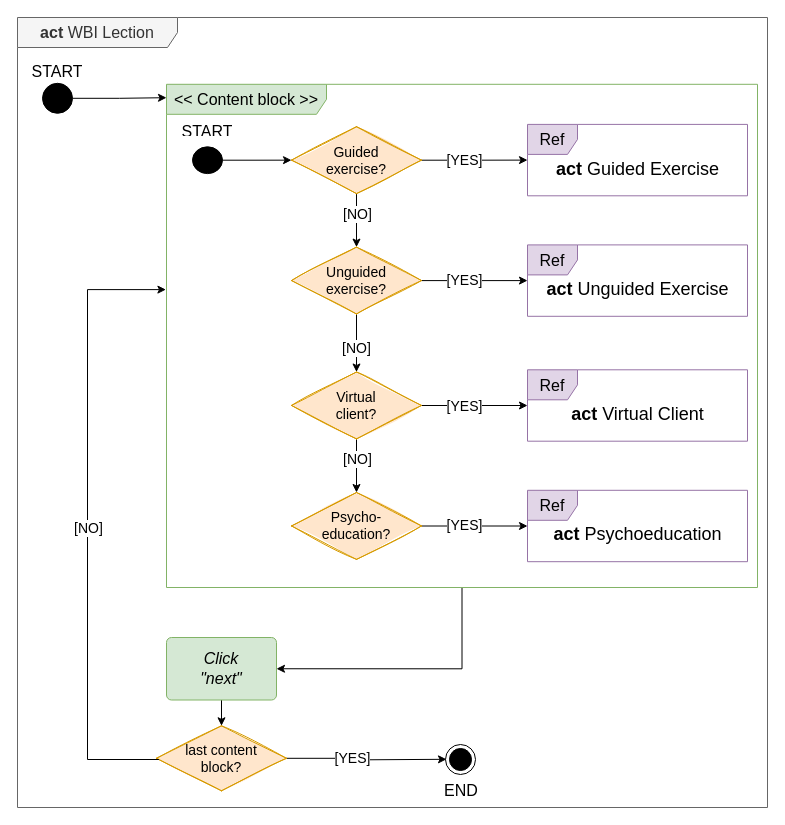
Before: page "act_Lection" (3 of 8) of _diagrams/mtDiagrams.drawio in peterfromberger/mtLancetSupplementNEW, a draw.io diagram. Source tidied: cells renumbered, new cells numbered last; positions are measured from the earlier drawing's top-left corner, leaving out a move shared by most shapes. Both pictures are drawn from the tidied source at 100%, with x=0, y=0 at pixel (17, 17).
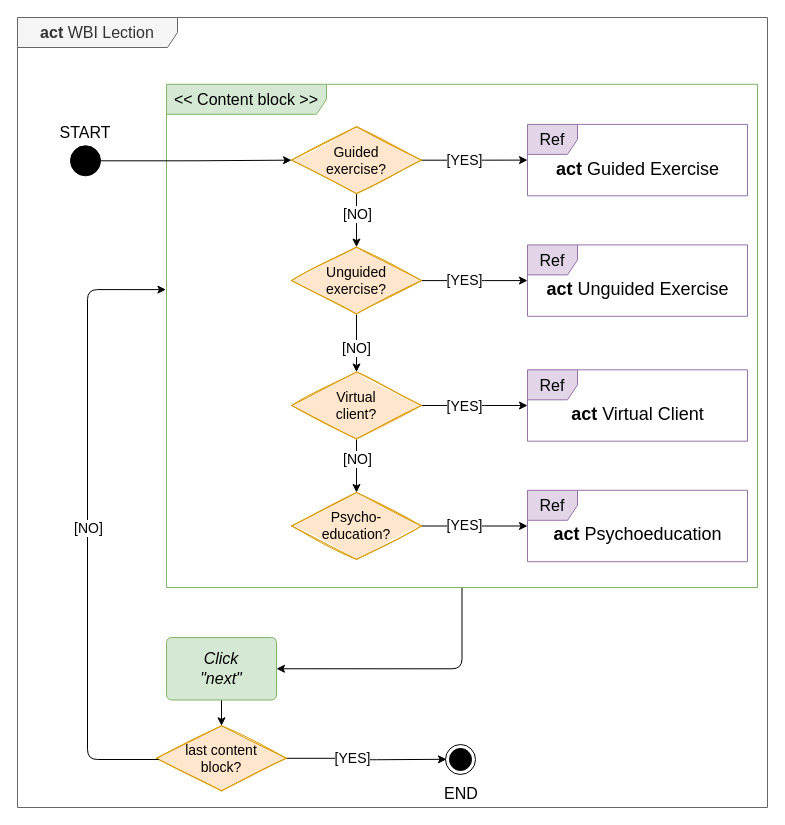
The same page after the edit.

The change refers to these unchanged cells:
```xml
<mxCell id="2" value="&lt;font style=&quot;font-size: 16px;&quot;&gt;&lt;b style=&quot;&quot;&gt;act&lt;/b&gt; WBI Lection&lt;/font&gt;" style="shape=umlFrame;whiteSpace=wrap;html=1;width=160;fillColor=#f5f5f5;fontColor=#333333;strokeColor=#666666;" parent="1" vertex="1">
  <mxGeometry width="750" height="790" as="geometry" />
</mxCell>
<mxCell id="4" value="&lt;font style=&quot;font-size: 16px;&quot;&gt;&amp;lt;&amp;lt; Content block &amp;gt;&amp;gt;&lt;/font&gt;" style="shape=umlFrame;whiteSpace=wrap;html=1;width=160;fillColor=#d5e8d4;strokeColor=#82b366;" parent="2" vertex="1">
  <mxGeometry x="149" y="66.8" width="591" height="503.2" as="geometry" />
</mxCell>
<mxCell id="7" value="&lt;font style=&quot;font-size: 16px;&quot;&gt;&lt;i style=&quot;&quot;&gt;Click&lt;/i&gt;&lt;/font&gt;&lt;div&gt;&lt;font style=&quot;font-size: 16px;&quot;&gt;&lt;i style=&quot;&quot;&gt;&quot;next&quot;&lt;/i&gt;&lt;/font&gt;&lt;/div&gt;" style="html=1;align=center;verticalAlign=middle;rounded=1;absoluteArcSize=1;arcSize=10;dashed=0;whiteSpace=wrap;fillColor=#d5e8d4;strokeColor=#82b366;" parent="2" vertex="1">
  <mxGeometry x="149" y="620" width="110" height="62.5" as="geometry" />
</mxCell>
<mxCell id="10" value="&lt;span style=&quot;font-size: 14px;&quot;&gt;last content&lt;/span&gt;&lt;div&gt;&lt;span style=&quot;font-size: 14px;&quot;&gt;block?&lt;/span&gt;&lt;/div&gt;" style="rhombus;whiteSpace=wrap;html=1;strokeWidth=1;fillWeight=-1;hachureGap=8;fillStyle=solid;sketch=1;fillColor=#ffe6cc;strokeColor=#d79b00;" parent="2" vertex="1">
  <mxGeometry x="139" y="708.3" width="130" height="65" as="geometry" />
</mxCell>
<mxCell id="17" value="&lt;span style=&quot;font-size: 14px;&quot;&gt;Guided&lt;/span&gt;&lt;div&gt;&lt;span style=&quot;font-size: 14px;&quot;&gt;exercise?&lt;/span&gt;&lt;/div&gt;" style="rhombus;whiteSpace=wrap;html=1;strokeWidth=1;fillWeight=-1;hachureGap=8;fillStyle=solid;sketch=1;fillColor=#ffe6cc;strokeColor=#d79b00;" parent="2" vertex="1">
  <mxGeometry x="274" y="109.2" width="130" height="66.9" as="geometry" />
</mxCell>
<mxCell id="30" value="&lt;span style=&quot;font-size: 14px;&quot;&gt;Unguided&lt;/span&gt;&lt;div&gt;&lt;span style=&quot;font-size: 14px;&quot;&gt;exercise?&lt;/span&gt;&lt;/div&gt;" style="rhombus;whiteSpace=wrap;html=1;strokeWidth=1;fillWeight=-1;hachureGap=8;fillStyle=solid;sketch=1;fillColor=#ffe6cc;strokeColor=#d79b00;" parent="2" vertex="1">
  <mxGeometry x="274" y="229.6" width="130" height="66.9" as="geometry" />
</mxCell>
<mxCell id="38" value="&lt;span style=&quot;font-size: 14px;&quot;&gt;Virtual&lt;/span&gt;&lt;div&gt;&lt;span style=&quot;font-size: 14px;&quot;&gt;client?&lt;/span&gt;&lt;/div&gt;" style="rhombus;whiteSpace=wrap;html=1;strokeWidth=1;fillWeight=-1;hachureGap=8;fillStyle=solid;sketch=1;fillColor=#ffe6cc;strokeColor=#d79b00;" parent="2" vertex="1">
  <mxGeometry x="274" y="354.5" width="130" height="66.9" as="geometry" />
</mxCell>
<mxCell id="44" value="&lt;span style=&quot;font-size: 14px;&quot;&gt;Psycho-&lt;/span&gt;&lt;div&gt;&lt;span style=&quot;font-size: 14px;&quot;&gt;education?&lt;/span&gt;&lt;/div&gt;" style="rhombus;whiteSpace=wrap;html=1;strokeWidth=1;fillWeight=-1;hachureGap=8;fillStyle=solid;sketch=1;fillColor=#ffe6cc;strokeColor=#d79b00;" parent="2" vertex="1">
  <mxGeometry x="274" y="475" width="130" height="66.9" as="geometry" />
</mxCell>
```

Change to the diagram source:
```diff
@@
-    <mxCell id="3" style="edgeStyle=orthogonalEdgeStyle;rounded=0;jettySize=auto;html=1;entryX=1;entryY=0.5;entryDx=0;entryDy=0;" parent="2" edge="1" source="4" target="7">
+    <mxCell id="3" style="edgeStyle=orthogonalEdgeStyle;rounded=1;jettySize=auto;html=1;entryX=1;entryY=0.5;entryDx=0;entryDy=0;curved=0;" parent="2" edge="1" source="4" target="7">
       <mxGeometry relative="1" as="geometry" />
     </mxCell>
@@
-    <mxCell id="5" style="edgeStyle=orthogonalEdgeStyle;rounded=0;jettySize=auto;html=1;" parent="2" edge="1" source="52">
-      <mxGeometry relative="1" as="geometry">
-        <mxPoint x="149" y="80.2" as="targetPoint" />
-      </mxGeometry>
-    </mxCell>
-    <mxCell id="6" style="edgeStyle=orthogonalEdgeStyle;rounded=0;jettySize=auto;html=1;entryX=0.5;entryY=0;entryDx=0;entryDy=0;" parent="2" edge="1" source="7" target="10">
+    <mxCell id="6" style="edgeStyle=orthogonalEdgeStyle;rounded=1;jettySize=auto;html=1;entryX=0.5;entryY=0;entryDx=0;entryDy=0;curved=0;" parent="2" edge="1" source="7" target="10">
       <mxGeometry relative="1" as="geometry" />
     </mxCell>
@@
-    <mxCell id="8" style="edgeStyle=orthogonalEdgeStyle;rounded=0;jettySize=auto;html=1;" parent="2" edge="1" source="10">
+    <mxCell id="8" style="edgeStyle=orthogonalEdgeStyle;rounded=1;jettySize=auto;html=1;curved=0;" parent="2" edge="1" source="10">
       <mxGeometry relative="1" as="geometry">
         <mxPoint x="429" y="741.8" as="targetPoint" />
       </mxGeometry>
     </mxCell>
@@
     <mxCell id="12" value="&lt;font style=&quot;font-size: 16px;&quot;&gt;END&lt;/font&gt;" style="text;html=1;strokeColor=none;fillColor=none;align=center;verticalAlign=middle;whiteSpace=wrap;overflow=hidden;fontSize=14;labelPosition=center;verticalLabelPosition=middle;" parent="2" vertex="1">
-      <mxGeometry x="419" y="761" width="50" height="19" as="geometry" />
+      <mxGeometry x="419" y="761" width="50" height="29" as="geometry" />
     </mxCell>
-    <mxCell id="13" style="edgeStyle=orthogonalEdgeStyle;rounded=0;jettySize=auto;html=1;" parent="2" edge="1" source="17">
+    <mxCell id="13" style="edgeStyle=orthogonalEdgeStyle;rounded=1;jettySize=auto;html=1;curved=0;" parent="2" edge="1" source="17">
       <mxGeometry relative="1" as="geometry">
         <mxPoint x="510" y="142.6" as="targetPoint" />
       </mxGeometry>
     </mxCell>
@@
-    <mxCell id="15" style="edgeStyle=orthogonalEdgeStyle;rounded=0;jettySize=auto;html=1;entryX=0.5;entryY=0;entryDx=0;entryDy=0;" parent="2" edge="1" source="17" target="30">
+    <mxCell id="15" style="edgeStyle=orthogonalEdgeStyle;rounded=1;jettySize=auto;html=1;entryX=0.5;entryY=0;entryDx=0;entryDy=0;curved=0;" parent="2" edge="1" source="17" target="30">
       <mxGeometry relative="1" as="geometry" />
     </mxCell>
@@
     <mxCell id="18" style="group;" parent="2" vertex="1">
-      <mxGeometry x="160" y="102.5" width="60" height="53.5" as="geometry" />
+      <mxGeometry x="38" y="102.5" width="60" height="60" as="geometry" />
     </mxCell>
     <mxCell id="19" value="&lt;font style=&quot;font-size: 16px;&quot;&gt;START&lt;/font&gt;" style="text;html=1;strokeColor=none;fillColor=none;align=center;verticalAlign=middle;whiteSpace=wrap;overflow=hidden;fontSize=14;" parent="18" vertex="1">
-      <mxGeometry width="60" height="17.8" as="geometry" />
+      <mxGeometry width="60" height="20" as="geometry" />
     </mxCell>
-    <mxCell id="20" style="edgeStyle=orthogonalEdgeStyle;rounded=0;orthogonalLoop=1;jettySize=auto;html=1;exitX=0.5;exitY=1;exitDx=0;exitDy=0;" parent="18" edge="1" source="19" target="19">
+    <mxCell id="20" style="edgeStyle=orthogonalEdgeStyle;rounded=1;orthogonalLoop=1;jettySize=auto;html=1;exitX=0.5;exitY=1;exitDx=0;exitDy=0;curved=0;" parent="18" edge="1" source="19" target="19">
       <mxGeometry relative="1" as="geometry" />
     </mxCell>
     <mxCell id="21" style="ellipse;fillColor=#000000;html=1;strokeColor=light-dark(#000000,#000000);" parent="18" vertex="1">
-      <mxGeometry x="15" y="26.8" width="30" height="26.8" as="geometry" />
+      <mxGeometry x="15" y="25.8" width="30" height="30" as="geometry" />
     </mxCell>
-    <mxCell id="22" style="edgeStyle=orthogonalEdgeStyle;rounded=0;jettySize=auto;html=1;entryX=0;entryY=0.5;entryDx=0;entryDy=0;" parent="2" edge="1" source="21" target="17">
+    <mxCell id="22" style="edgeStyle=orthogonalEdgeStyle;rounded=1;jettySize=auto;html=1;entryX=0;entryY=0.5;entryDx=0;entryDy=0;curved=0;" parent="2" edge="1" source="21" target="17">
       <mxGeometry relative="1" as="geometry" />
     </mxCell>
@@
-    <mxCell id="26" style="edgeStyle=orthogonalEdgeStyle;rounded=0;jettySize=auto;html=1;" parent="2" edge="1" source="30">
+    <mxCell id="26" style="edgeStyle=orthogonalEdgeStyle;rounded=1;jettySize=auto;html=1;curved=0;" parent="2" edge="1" source="30">
       <mxGeometry relative="1" as="geometry">
         <mxPoint x="510" y="263.1" as="targetPoint" />
       </mxGeometry>
     </mxCell>
@@
-    <mxCell id="28" style="edgeStyle=orthogonalEdgeStyle;rounded=0;jettySize=auto;html=1;exitX=0.5;exitY=1;exitDx=0;exitDy=0;entryX=0.5;entryY=0;entryDx=0;entryDy=0;" parent="2" edge="1" source="30" target="38">
+    <mxCell id="28" style="edgeStyle=orthogonalEdgeStyle;rounded=1;jettySize=auto;html=1;exitX=0.5;exitY=1;exitDx=0;exitDy=0;entryX=0.5;entryY=0;entryDx=0;entryDy=0;curved=0;" parent="2" edge="1" source="30" target="38">
       <mxGeometry relative="1" as="geometry" />
     </mxCell>
@@
-    <mxCell id="34" style="edgeStyle=orthogonalEdgeStyle;rounded=0;jettySize=auto;html=1;" parent="2" edge="1" source="38">
+    <mxCell id="34" style="edgeStyle=orthogonalEdgeStyle;rounded=1;jettySize=auto;html=1;curved=0;" parent="2" edge="1" source="38">
       <mxGeometry relative="1" as="geometry">
         <mxPoint x="510" y="388" as="targetPoint" />
       </mxGeometry>
     </mxCell>
@@
-    <mxCell id="36" style="edgeStyle=orthogonalEdgeStyle;rounded=0;jettySize=auto;html=1;entryX=0.5;entryY=0;entryDx=0;entryDy=0;" parent="2" edge="1" source="38" target="44">
+    <mxCell id="36" style="edgeStyle=orthogonalEdgeStyle;rounded=1;jettySize=auto;html=1;entryX=0.5;entryY=0;entryDx=0;entryDy=0;curved=0;" parent="2" edge="1" source="38" target="44">
       <mxGeometry relative="1" as="geometry" />
     </mxCell>
@@
-    <mxCell id="42" style="edgeStyle=orthogonalEdgeStyle;rounded=0;jettySize=auto;html=1;" parent="2" edge="1" source="44">
+    <mxCell id="42" style="edgeStyle=orthogonalEdgeStyle;rounded=1;jettySize=auto;html=1;curved=0;" parent="2" edge="1" source="44">
       <mxGeometry relative="1" as="geometry">
         <mxPoint x="510" y="508.5" as="targetPoint" />
       </mxGeometry>
     </mxCell>
@@
-    <mxCell id="48" style="edgeStyle=orthogonalEdgeStyle;rounded=0;jettySize=auto;html=1;entryX=-0.001;entryY=0.408;entryDx=0;entryDy=0;entryPerimeter=0;" parent="2" edge="1" source="10" target="4">
+    <mxCell id="48" style="edgeStyle=orthogonalEdgeStyle;rounded=1;jettySize=auto;html=1;entryX=-0.001;entryY=0.408;entryDx=0;entryDy=0;entryPerimeter=0;curved=0;" parent="2" edge="1" source="10" target="4">
       <mxGeometry relative="1" as="geometry">
         <Array as="points">
           <mxPoint x="70" y="742" />
           <mxPoint x="70" y="272" />
         </Array>
       </mxGeometry>
     </mxCell>
@@
-    <mxCell id="50" value="&lt;font style=&quot;font-size: 16px;&quot;&gt;START&lt;/font&gt;" style="text;html=1;strokeColor=none;fillColor=none;align=center;verticalAlign=middle;whiteSpace=wrap;overflow=hidden;fontSize=14;" parent="2" vertex="1">
-      <mxGeometry x="10" y="39" width="60" height="30" as="geometry" />
-    </mxCell>
-    <mxCell id="51" style="edgeStyle=orthogonalEdgeStyle;rounded=0;orthogonalLoop=1;jettySize=auto;html=1;exitX=0.5;exitY=1;exitDx=0;exitDy=0;" parent="2" edge="1" source="50" target="50">
-      <mxGeometry relative="1" as="geometry" />
+    <mxCell id="51" style="edgeStyle=orthogonalEdgeStyle;rounded=1;orthogonalLoop=1;jettySize=auto;html=1;exitX=0.5;exitY=1;exitDx=0;exitDy=0;curved=0;" parent="2" edge="1">
+      <mxGeometry relative="1" as="geometry">
+        <mxPoint x="40" y="69" as="sourcePoint" />
+        <mxPoint x="40" y="69" as="targetPoint" />
+      </mxGeometry>
     </mxCell>
-    <mxCell id="52" style="ellipse;fillColor=#000000;html=1;strokeColor=light-dark(#000000,#000000);" parent="2" vertex="1">
-      <mxGeometry x="25" y="65.8" width="30" height="30" as="geometry" />
-    </mxCell>
```
